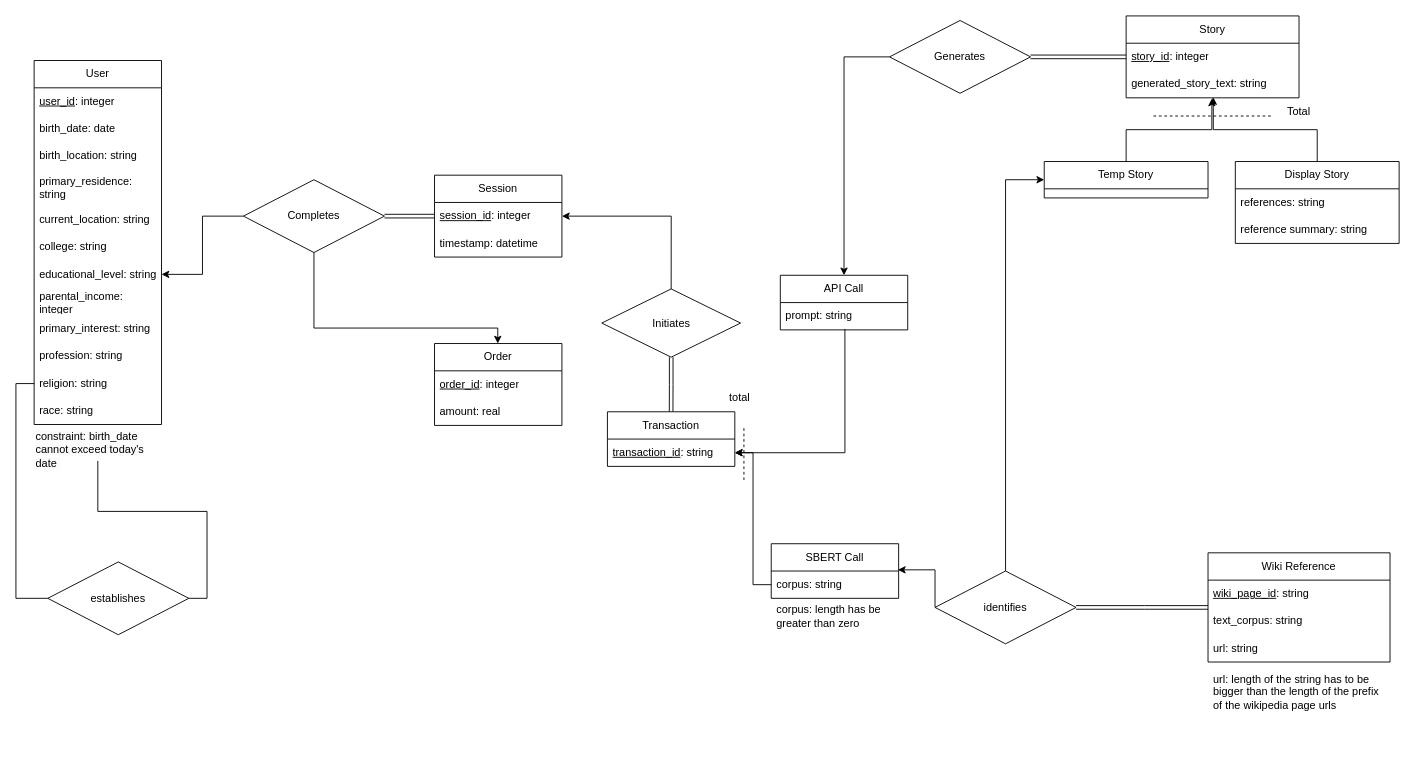
This is er_diagram_v1.drawio from jiajiabinx/IChing, a draw.io file, before an edit. Source tidied: cells renumbered, new cells numbered last; positions are measured from the earlier drawing's top-left corner, leaving out a move shared by most shapes. Both pictures are drawn from the tidied source at 91%, with x=0, y=0 at pixel (34, 15).
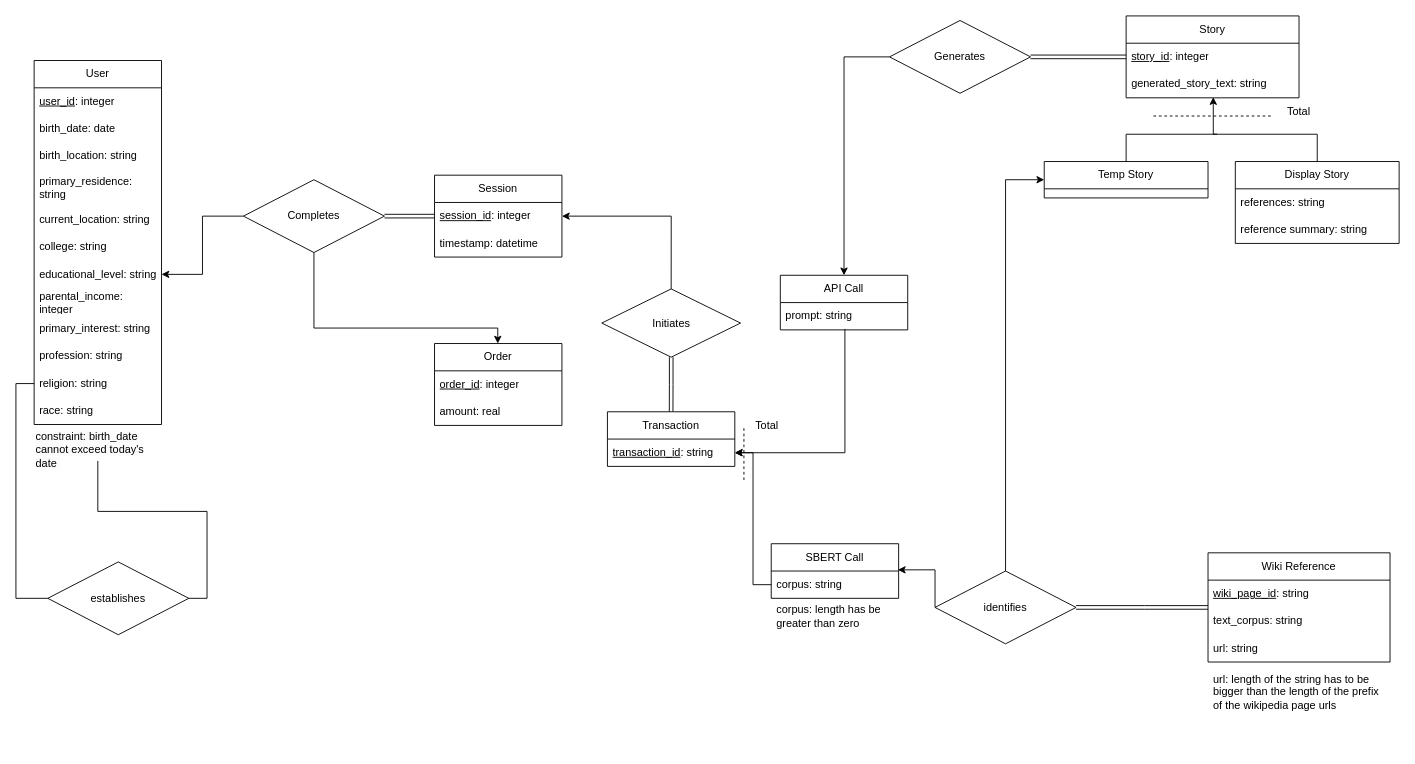
Above is the later version.

Unchanged cells that the change refers to:
```xml
<mxCell id="10" value="generated_story_text: string" style="text;strokeColor=none;fillColor=none;align=left;verticalAlign=middle;spacingLeft=4;spacingRight=4;overflow=hidden;points=[[0,0.5],[1,0.5]];portConstraint=eastwest;whiteSpace=wrap;html=1;" parent="8" vertex="1">
  <mxGeometry y="60" width="190" height="30" as="geometry" />
</mxCell>
<mxCell id="13" value="Temp Story" style="swimlane;fontStyle=0;horizontal=1;startSize=30;whiteSpace=wrap;html=1;" parent="1" vertex="1">
  <mxGeometry x="1110" y="160" width="180" height="40" as="geometry" />
</mxCell>
<mxCell id="14" value="Display Story" style="swimlane;fontStyle=0;horizontal=1;startSize=30;whiteSpace=wrap;html=1;" parent="1" vertex="1">
  <mxGeometry x="1320" y="160" width="180" height="90" as="geometry" />
</mxCell>
```

Diff of the diagram source:
```diff
@@
-    <mxCell id="31" style="edgeStyle=orthogonalEdgeStyle;rounded=0;jettySize=auto;html=1;exitX=0.5;exitY=0;exitDx=0;exitDy=0;entryX=0.496;entryY=1.026;entryDx=0;entryDy=0;entryPerimeter=0;" parent="1" edge="1" source="13" target="10">
-      <mxGeometry relative="1" as="geometry">
-        <Array as="points">
-          <mxPoint x="1200" y="125" />
-          <mxPoint x="1294" y="125" />
-        </Array>
-      </mxGeometry>
-    </mxCell>
     <mxCell id="32" style="edgeStyle=orthogonalEdgeStyle;rounded=0;jettySize=auto;html=1;entryX=0.504;entryY=0.974;entryDx=0;entryDy=0;entryPerimeter=0;" parent="1" edge="1" source="14" target="10">
-      <mxGeometry relative="1" as="geometry" />
+      <mxGeometry relative="1" as="geometry">
+        <Array as="points">
+          <mxPoint x="1410" y="130" />
+          <mxPoint x="1296" y="130" />
+        </Array>
+      </mxGeometry>
     </mxCell>
@@
-    <mxCell id="64" value="total" style="text;html=1;align=center;verticalAlign=middle;strokeColor=none;fillColor=none;" parent="1" vertex="1">
-      <mxGeometry x="750" y="405" width="50" height="30" as="geometry" />
+    <mxCell id="64" value="Total" style="text;html=1;align=center;verticalAlign=middle;strokeColor=none;fillColor=none;" parent="1" vertex="1">
+      <mxGeometry x="780" y="435" width="50" height="30" as="geometry" />
     </mxCell>
@@
+    <mxCell id="69" style="endArrow=none;html=1;rounded=0;" parent="1" edge="1">
+      <mxGeometry relative="1" as="geometry">
+        <mxPoint x="1200" y="160" as="sourcePoint" />
+        <mxPoint x="1300" y="130" as="targetPoint" />
+        <Array as="points">
+          <mxPoint x="1200" y="130" />
+        </Array>
+      </mxGeometry>
+    </mxCell>
```
